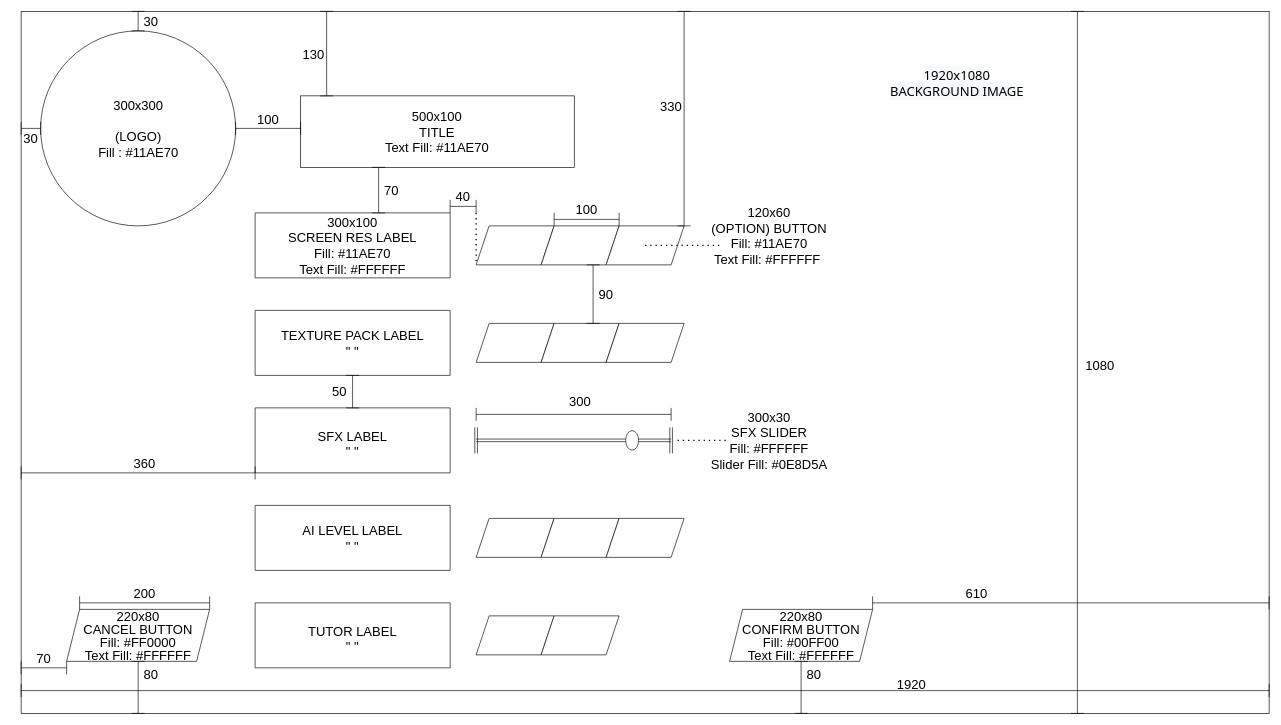
The draw.io diagram Project/settingsWireframe.drawio in avishnoi12/A-Level-Project, before the edit. Source tidied: cells renumbered, new cells numbered last; positions are measured from the earlier drawing's top-left corner, leaving out a move shared by most shapes. Both pictures are drawn from the tidied source at 65%, with x=0, y=0 at pixel (11, 11).
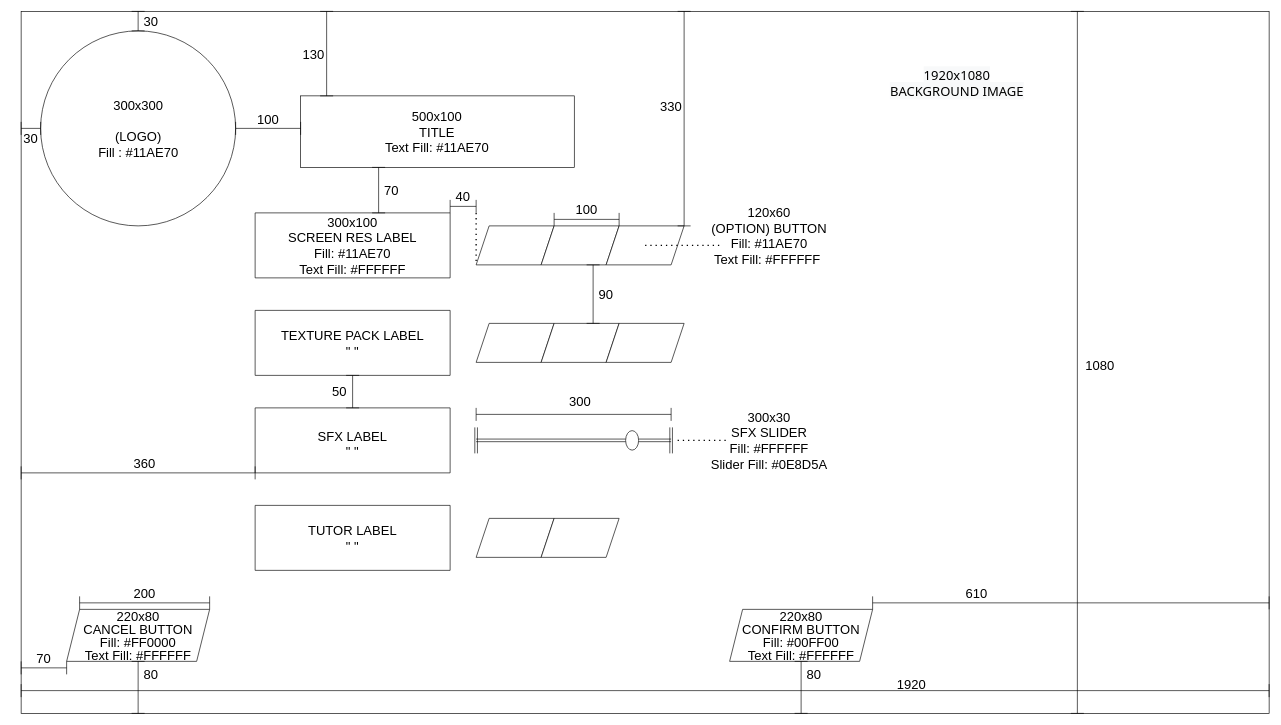
The same diagram, later.

What changed in the source:
```diff
@@
-    <mxCell id="22" style="shape=parallelogram;perimeter=parallelogramPerimeter;whiteSpace=wrap;html=1;fixedSize=1;size=-250;" parent="1" vertex="1">
-      <mxGeometry x="375" y="910" width="300" height="100" as="geometry" />
-    </mxCell>
@@
-    <mxCell id="26" style="shape=parallelogram;perimeter=parallelogramPerimeter;whiteSpace=wrap;html=1;fixedSize=1;" parent="1" vertex="1">
-      <mxGeometry x="715" y="930" width="120" height="60" as="geometry" />
-    </mxCell>
-    <mxCell id="27" style="shape=parallelogram;perimeter=parallelogramPerimeter;whiteSpace=wrap;html=1;fixedSize=1;" parent="1" vertex="1">
-      <mxGeometry x="815" y="930" width="120" height="60" as="geometry" />
-    </mxCell>
@@
-    <mxCell id="49" style="shape=parallelogram;perimeter=parallelogramPerimeter;whiteSpace=wrap;html=1;fixedSize=1;" parent="1" vertex="1">
-      <mxGeometry x="915" y="780" width="120" height="60" as="geometry" />
-    </mxCell>
@@
-    <mxCell id="72" value="AI LEVEL LABEL&lt;br&gt;&quot; &quot;" style="text;html=1;strokeColor=none;fillColor=none;align=center;verticalAlign=middle;whiteSpace=wrap;rounded=0;fontSize=20;" parent="1" vertex="1">
+    <mxCell id="72" value="TUTOR LABEL&lt;br&gt;&quot; &quot;" style="text;html=1;strokeColor=none;fillColor=none;align=center;verticalAlign=middle;whiteSpace=wrap;rounded=0;fontSize=20;" parent="1" vertex="1">
       <mxGeometry x="400" y="795" width="250" height="30" as="geometry" />
     </mxCell>
-    <mxCell id="73" value="TUTOR LABEL&lt;br&gt;&quot; &quot;" style="text;html=1;strokeColor=none;fillColor=none;align=center;verticalAlign=middle;whiteSpace=wrap;rounded=0;fontSize=20;" parent="1" vertex="1">
-      <mxGeometry x="400" y="950" width="250" height="30" as="geometry" />
-    </mxCell>
```
